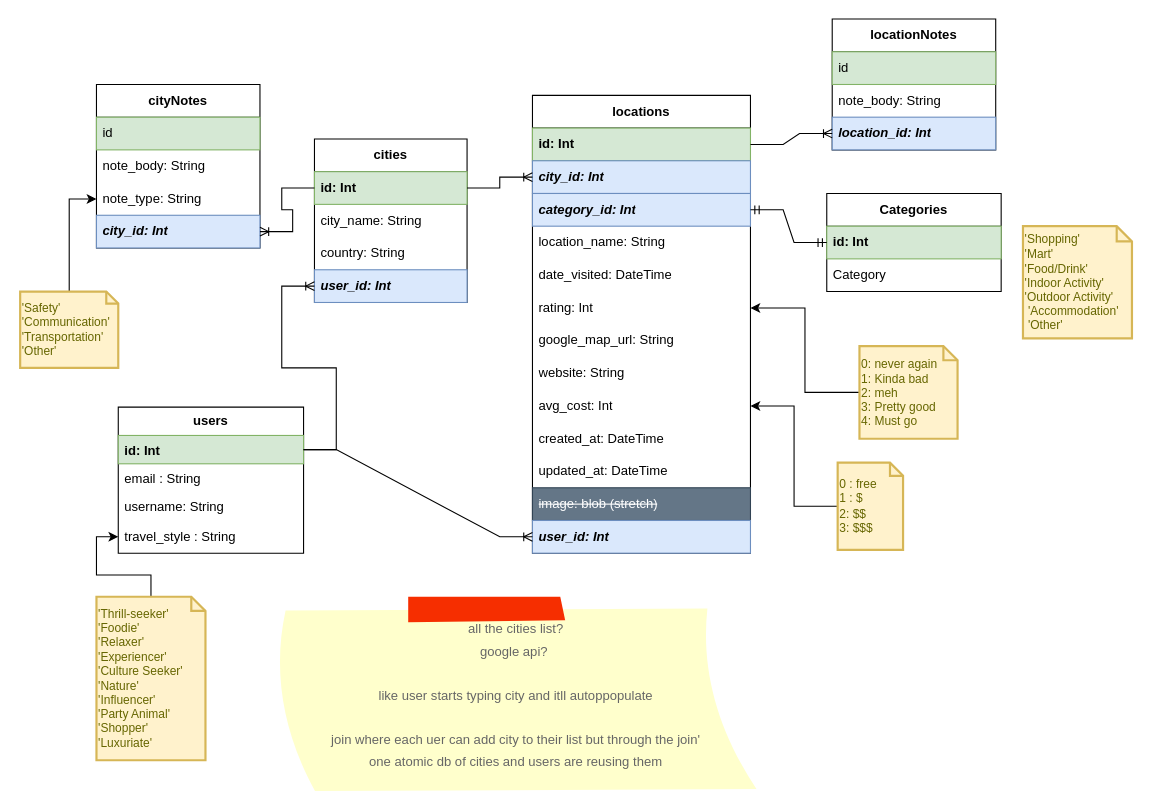
Earlier version of the draw.io diagram DJordan-capstone_travel-blog.drawio (jordandc20/Vicariously_DJordan-capstone). Source tidied: cells renumbered, new cells numbered last; positions are measured from the earlier drawing's top-left corner, leaving out a move shared by most shapes. Both pictures are drawn from the tidied source at 109%, with x=0, y=0 at pixel (20, 19).
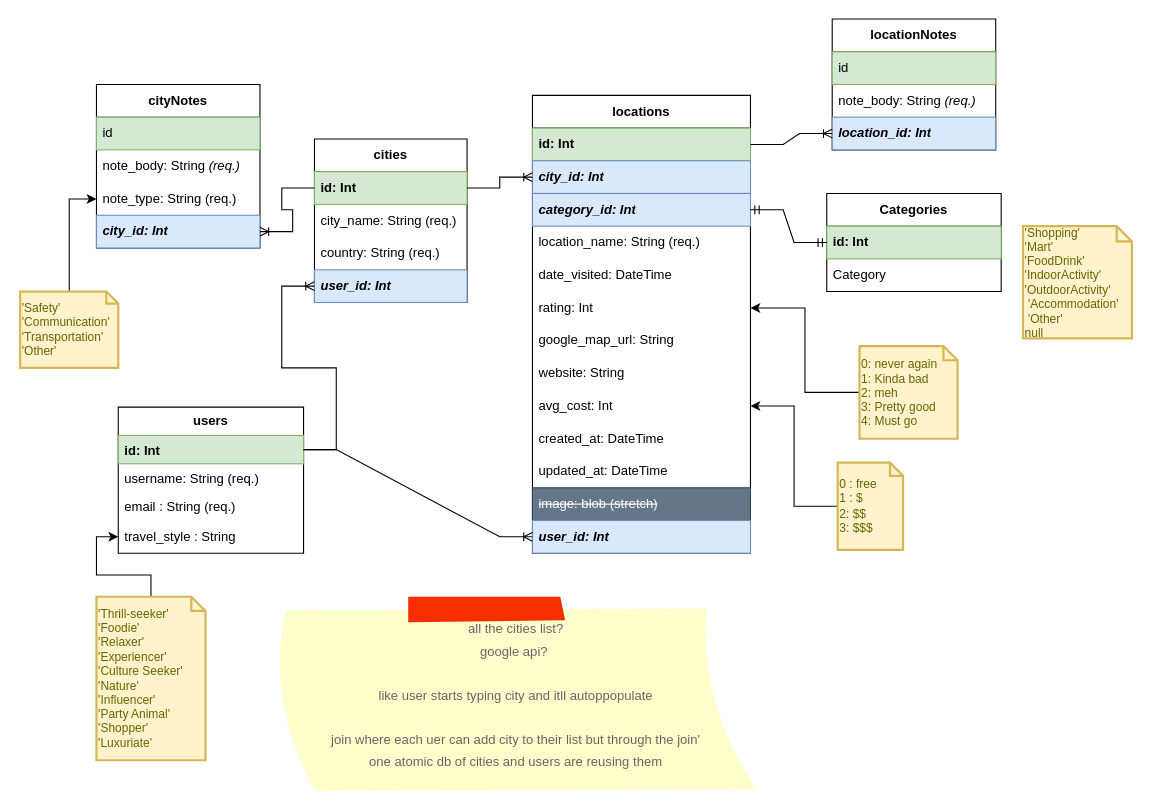
Above is the later version.

The change refers to these unchanged cells:
```xml
<mxCell id="2" value="cities" style="swimlane;fontStyle=1;horizontal=1;startSize=30;whiteSpace=wrap;html=1;labelBackgroundColor=none;swimlaneFillColor=default;" parent="1" vertex="1">
  <mxGeometry x="270" y="110" width="140" height="150" as="geometry" />
</mxCell>
<mxCell id="7" value="locations" style="swimlane;fontStyle=1;horizontal=1;startSize=30;whiteSpace=wrap;html=1;labelBorderColor=none;swimlaneFillColor=default;" parent="1" vertex="1">
  <mxGeometry x="470" y="70" width="200" height="420" as="geometry" />
</mxCell>
<mxCell id="24" value="&lt;span style=&quot;background-color: rgb(255, 255, 255);&quot;&gt;users&lt;/span&gt;" style="swimlane;fontStyle=1;horizontal=1;startSize=26;fillColor=default;whiteSpace=wrap;html=1;swimlaneFillColor=default;" parent="1" vertex="1">
  <mxGeometry x="90" y="356" width="170" height="134" as="geometry" />
</mxCell>
<mxCell id="30" value="cityNotes" style="swimlane;fontStyle=1;horizontal=1;startSize=30;whiteSpace=wrap;html=1;swimlaneFillColor=default;" parent="1" vertex="1">
  <mxGeometry x="70" y="60" width="150" height="150" as="geometry" />
</mxCell>
<mxCell id="46" value="locationNotes" style="swimlane;fontStyle=1;horizontal=1;startSize=30;whiteSpace=wrap;html=1;swimlaneFillColor=default;" parent="1" vertex="1">
  <mxGeometry x="745" width="150" height="120" as="geometry" />
</mxCell>
```

Change to the diagram source:
```diff
@@
-    <mxCell id="4" value="city_name: String" style="text;strokeColor=none;fillColor=none;align=left;verticalAlign=middle;spacingLeft=4;spacingRight=4;overflow=hidden;whiteSpace=wrap;html=1;" parent="2" vertex="1">
+    <mxCell id="4" value="city_name: String&amp;nbsp;(req.)" style="text;strokeColor=none;fillColor=none;align=left;verticalAlign=middle;spacingLeft=4;spacingRight=4;overflow=hidden;whiteSpace=wrap;html=1;" parent="2" vertex="1">
       <mxGeometry y="60" width="140" height="30" as="geometry" />
     </mxCell>
-    <mxCell id="5" value="country: String" style="text;strokeColor=none;fillColor=none;align=left;verticalAlign=middle;spacingLeft=4;spacingRight=4;overflow=hidden;whiteSpace=wrap;html=1;" parent="2" vertex="1">
+    <mxCell id="5" value="country: String&amp;nbsp;(req.)" style="text;strokeColor=none;fillColor=none;align=left;verticalAlign=middle;spacingLeft=4;spacingRight=4;overflow=hidden;whiteSpace=wrap;html=1;" parent="2" vertex="1">
       <mxGeometry y="90" width="140" height="30" as="geometry" />
     </mxCell>
@@
-    <mxCell id="11" value="location_name: String" style="text;strokeColor=none;fillColor=none;align=left;verticalAlign=middle;spacingLeft=4;spacingRight=4;overflow=hidden;whiteSpace=wrap;html=1;" parent="7" vertex="1">
+    <mxCell id="11" value="location_name: String (req.)" style="text;strokeColor=none;fillColor=none;align=left;verticalAlign=middle;spacingLeft=4;spacingRight=4;overflow=hidden;whiteSpace=wrap;html=1;" parent="7" vertex="1">
       <mxGeometry y="120" width="200" height="30" as="geometry" />
     </mxCell>
@@
+    <mxCell id="27" value="username: String&amp;nbsp;(req.)" style="text;strokeColor=none;fillColor=none;align=left;verticalAlign=top;spacingLeft=4;spacingRight=4;overflow=hidden;whiteSpace=wrap;html=1;" parent="24" vertex="1">
+      <mxGeometry y="52" width="170" height="26" as="geometry" />
+    </mxCell>
-    <mxCell id="26" value="email : String" style="text;strokeColor=none;fillColor=none;align=left;verticalAlign=top;spacingLeft=4;spacingRight=4;overflow=hidden;whiteSpace=wrap;html=1;" parent="24" vertex="1">
-      <mxGeometry y="52" width="170" height="26" as="geometry" />
+    <mxCell id="26" value="email : String&amp;nbsp;(req.)" style="text;strokeColor=none;fillColor=none;align=left;verticalAlign=top;spacingLeft=4;spacingRight=4;overflow=hidden;whiteSpace=wrap;html=1;" parent="24" vertex="1">
+      <mxGeometry y="78" width="170" height="26" as="geometry" />
     </mxCell>
-    <mxCell id="27" value="username: String" style="text;strokeColor=none;fillColor=none;align=left;verticalAlign=top;spacingLeft=4;spacingRight=4;overflow=hidden;whiteSpace=wrap;html=1;" parent="24" vertex="1">
-      <mxGeometry y="78" width="170" height="26" as="geometry" />
-    </mxCell>
@@
-    <mxCell id="32" value="&lt;span style=&quot;font-style: normal;&quot;&gt;note_body: String&lt;/span&gt;" style="text;strokeColor=none;fillColor=none;align=left;verticalAlign=middle;spacingLeft=4;spacingRight=4;overflow=hidden;whiteSpace=wrap;html=1;fontStyle=2;" parent="30" vertex="1">
+    <mxCell id="32" value="&lt;span style=&quot;font-style: normal;&quot;&gt;note_body: String&lt;/span&gt;&amp;nbsp;(req.)" style="text;strokeColor=none;fillColor=none;align=left;verticalAlign=middle;spacingLeft=4;spacingRight=4;overflow=hidden;whiteSpace=wrap;html=1;fontStyle=2;" parent="30" vertex="1">
       <mxGeometry y="60" width="150" height="30" as="geometry" />
     </mxCell>
-    <mxCell id="33" value="&lt;span style=&quot;&quot;&gt;note_type&lt;/span&gt;: String" style="text;strokeColor=none;fillColor=none;align=left;verticalAlign=middle;spacingLeft=4;spacingRight=4;overflow=hidden;points=[[0,0.5],[1,0.5]];portConstraint=eastwest;whiteSpace=wrap;html=1;fontStyle=0;" parent="30" vertex="1">
+    <mxCell id="33" value="&lt;span style=&quot;&quot;&gt;note_type&lt;/span&gt;: String&amp;nbsp;(req.)" style="text;strokeColor=none;fillColor=none;align=left;verticalAlign=middle;spacingLeft=4;spacingRight=4;overflow=hidden;points=[[0,0.5],[1,0.5]];portConstraint=eastwest;whiteSpace=wrap;html=1;fontStyle=0;" parent="30" vertex="1">
       <mxGeometry y="90" width="150" height="30" as="geometry" />
     </mxCell>
@@
-    <mxCell id="48" value="&lt;span style=&quot;font-style: normal;&quot;&gt;note_body: String&lt;/span&gt;" style="text;strokeColor=none;fillColor=none;align=left;verticalAlign=middle;spacingLeft=4;spacingRight=4;overflow=hidden;whiteSpace=wrap;html=1;fontStyle=2;" parent="46" vertex="1">
+    <mxCell id="48" value="&lt;span style=&quot;font-style: normal;&quot;&gt;note_body: String&lt;/span&gt;&amp;nbsp;(req.)" style="text;strokeColor=none;fillColor=none;align=left;verticalAlign=middle;spacingLeft=4;spacingRight=4;overflow=hidden;whiteSpace=wrap;html=1;fontStyle=2;" parent="46" vertex="1">
       <mxGeometry y="60" width="150" height="30" as="geometry" />
     </mxCell>
@@
-    <mxCell id="53" value="'Shopping'&lt;br&gt;'Mart'&lt;br&gt;'Food/Drink'&lt;br&gt;'Indoor Activity'&lt;br&gt;'Outdoor Activity'&lt;br&gt;&amp;nbsp;'Accommodation'&lt;br&gt;&amp;nbsp;'Other'" style="shape=note;strokeWidth=2;fontSize=11;size=14;whiteSpace=wrap;html=1;fillColor=#fff2cc;strokeColor=#d6b656;fontColor=#666600;align=left;" parent="1" vertex="1">
+    <mxCell id="53" value="'Shopping'&lt;br&gt;'Mart'&lt;br&gt;'FoodDrink'&lt;br&gt;'IndoorActivity'&lt;br&gt;'OutdoorActivity'&lt;br&gt;&amp;nbsp;'Accommodation'&lt;br&gt;&amp;nbsp;'Other'&lt;br&gt;null" style="shape=note;strokeWidth=2;fontSize=11;size=14;whiteSpace=wrap;html=1;fillColor=#fff2cc;strokeColor=#d6b656;fontColor=#666600;align=left;" parent="1" vertex="1">
       <mxGeometry x="920" y="190" width="100" height="103" as="geometry" />
     </mxCell>
```
